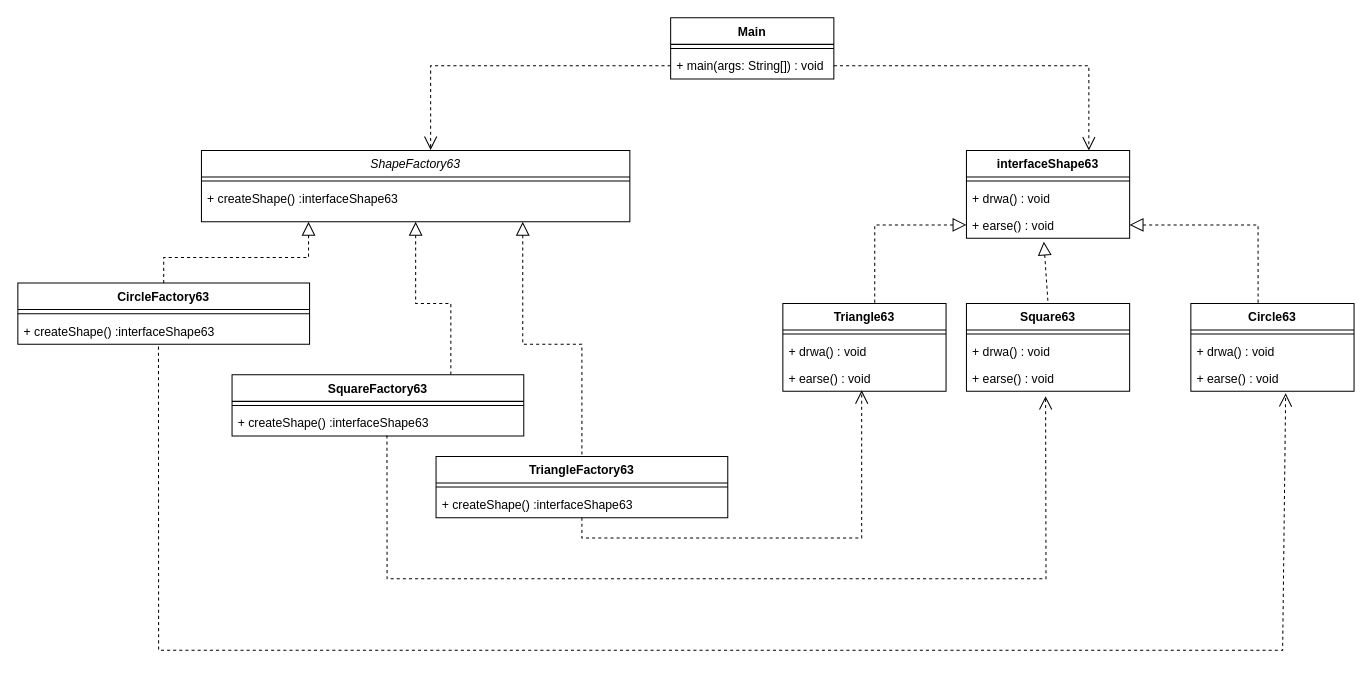
The draw.io diagram 工厂模式.drawio in MyBozai/Java, before the edit. Source tidied: cells renumbered, new cells numbered last; positions are measured from the earlier drawing's top-left corner, leaving out a move shared by most shapes. Both pictures are drawn from the tidied source at 102%, with x=0, y=0 at pixel (17, 17).
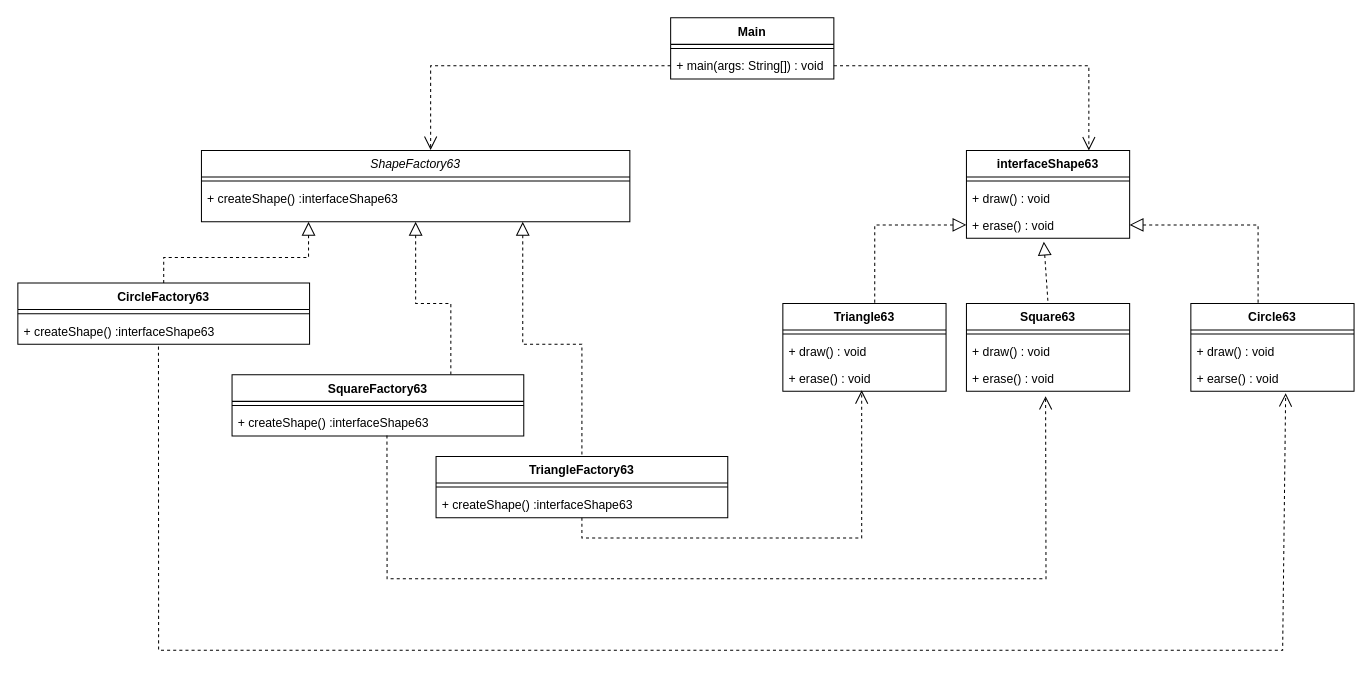
The same page after the edit.

Commit message (it also covers changes not shown here):
更新工厂模式.drawio

Unchanged cells that the change refers to:
```xml
<mxCell id="8" value="Square63" style="swimlane;fontStyle=1;align=center;verticalAlign=top;horizontal=1;startSize=26;whiteSpace=wrap;html=1;" parent="1" vertex="1">
  <mxGeometry x="930" y="280" width="160" height="86" as="geometry" />
</mxCell>
<mxCell id="12" value="Triangle63" style="swimlane;fontStyle=1;align=center;verticalAlign=top;horizontal=1;startSize=26;whiteSpace=wrap;html=1;" parent="1" vertex="1">
  <mxGeometry x="750" y="280" width="160" height="86" as="geometry" />
</mxCell>
<mxCell id="19" value="Circle63" style="swimlane;fontStyle=1;align=center;verticalAlign=top;horizontal=1;startSize=26;whiteSpace=wrap;html=1;" parent="1" vertex="1">
  <mxGeometry x="1150" y="280" width="160" height="86" as="geometry" />
</mxCell>
<mxCell id="23" value="interfaceShape63" style="swimlane;fontStyle=1;align=center;verticalAlign=top;horizontal=1;startSize=26;whiteSpace=wrap;html=1;" parent="1" vertex="1">
  <mxGeometry x="930" y="130" width="160" height="86" as="geometry" />
</mxCell>
```

What changed in the source:
```diff
@@
-    <mxCell id="10" value="+ drwa() : void" style="text;strokeColor=none;fillColor=none;align=left;verticalAlign=top;spacingLeft=4;spacingRight=4;overflow=hidden;whiteSpace=wrap;html=1;" parent="8" vertex="1">
+    <mxCell id="10" value="+&amp;nbsp;draw&lt;span style=&quot;background-color: initial;&quot;&gt;() : void&lt;/span&gt;" style="text;strokeColor=none;fillColor=none;align=left;verticalAlign=top;spacingLeft=4;spacingRight=4;overflow=hidden;whiteSpace=wrap;html=1;" parent="8" vertex="1">
       <mxGeometry y="34" width="160" height="26" as="geometry" />
     </mxCell>
-    <mxCell id="11" value="+ earse() : void" style="text;strokeColor=none;fillColor=none;align=left;verticalAlign=top;spacingLeft=4;spacingRight=4;overflow=hidden;points=[[0,0.5],[1,0.5]];portConstraint=eastwest;whiteSpace=wrap;html=1;" parent="8" vertex="1">
+    <mxCell id="11" value="+&amp;nbsp;erase&lt;span style=&quot;background-color: initial;&quot;&gt;() : void&lt;/span&gt;" style="text;strokeColor=none;fillColor=none;align=left;verticalAlign=top;spacingLeft=4;spacingRight=4;overflow=hidden;points=[[0,0.5],[1,0.5]];portConstraint=eastwest;whiteSpace=wrap;html=1;" parent="8" vertex="1">
       <mxGeometry y="60" width="160" height="26" as="geometry" />
     </mxCell>
@@
-    <mxCell id="14" value="+ drwa() : void" style="text;strokeColor=none;fillColor=none;align=left;verticalAlign=top;spacingLeft=4;spacingRight=4;overflow=hidden;whiteSpace=wrap;html=1;" parent="12" vertex="1">
+    <mxCell id="14" value="+&amp;nbsp;draw&lt;span style=&quot;background-color: initial;&quot;&gt;() : void&lt;/span&gt;" style="text;strokeColor=none;fillColor=none;align=left;verticalAlign=top;spacingLeft=4;spacingRight=4;overflow=hidden;whiteSpace=wrap;html=1;" parent="12" vertex="1">
       <mxGeometry y="34" width="160" height="26" as="geometry" />
     </mxCell>
-    <mxCell id="15" value="+ earse() : void" style="text;strokeColor=none;fillColor=none;align=left;verticalAlign=top;spacingLeft=4;spacingRight=4;overflow=hidden;points=[[0,0.5],[1,0.5]];portConstraint=eastwest;whiteSpace=wrap;html=1;" parent="12" vertex="1">
+    <mxCell id="15" value="+&amp;nbsp;erase&lt;span style=&quot;background-color: initial;&quot;&gt;() : void&lt;/span&gt;" style="text;strokeColor=none;fillColor=none;align=left;verticalAlign=top;spacingLeft=4;spacingRight=4;overflow=hidden;points=[[0,0.5],[1,0.5]];portConstraint=eastwest;whiteSpace=wrap;html=1;" parent="12" vertex="1">
       <mxGeometry y="60" width="160" height="26" as="geometry" />
     </mxCell>
@@
-    <mxCell id="21" value="+ drwa() : void" style="text;strokeColor=none;fillColor=none;align=left;verticalAlign=top;spacingLeft=4;spacingRight=4;overflow=hidden;whiteSpace=wrap;html=1;" parent="19" vertex="1">
+    <mxCell id="21" value="+&amp;nbsp;draw&lt;span style=&quot;background-color: initial;&quot;&gt;() : void&lt;/span&gt;" style="text;strokeColor=none;fillColor=none;align=left;verticalAlign=top;spacingLeft=4;spacingRight=4;overflow=hidden;whiteSpace=wrap;html=1;" parent="19" vertex="1">
       <mxGeometry y="34" width="160" height="26" as="geometry" />
     </mxCell>
@@
-    <mxCell id="25" value="+ drwa() : void" style="text;strokeColor=none;fillColor=none;align=left;verticalAlign=top;spacingLeft=4;spacingRight=4;overflow=hidden;whiteSpace=wrap;html=1;" parent="23" vertex="1">
+    <mxCell id="25" value="+&amp;nbsp;draw&lt;span style=&quot;background-color: initial;&quot;&gt;() : void&lt;/span&gt;" style="text;strokeColor=none;fillColor=none;align=left;verticalAlign=top;spacingLeft=4;spacingRight=4;overflow=hidden;whiteSpace=wrap;html=1;" parent="23" vertex="1">
       <mxGeometry y="34" width="160" height="26" as="geometry" />
     </mxCell>
-    <mxCell id="26" value="+ earse() : void" style="text;strokeColor=none;fillColor=none;align=left;verticalAlign=top;spacingLeft=4;spacingRight=4;overflow=hidden;points=[[0,0.5],[1,0.5]];portConstraint=eastwest;whiteSpace=wrap;html=1;" parent="23" vertex="1">
+    <mxCell id="26" value="+&amp;nbsp;erase&lt;span style=&quot;background-color: initial;&quot;&gt;() : void&lt;/span&gt;" style="text;strokeColor=none;fillColor=none;align=left;verticalAlign=top;spacingLeft=4;spacingRight=4;overflow=hidden;points=[[0,0.5],[1,0.5]];portConstraint=eastwest;whiteSpace=wrap;html=1;" parent="23" vertex="1">
       <mxGeometry y="60" width="160" height="26" as="geometry" />
     </mxCell>
```
